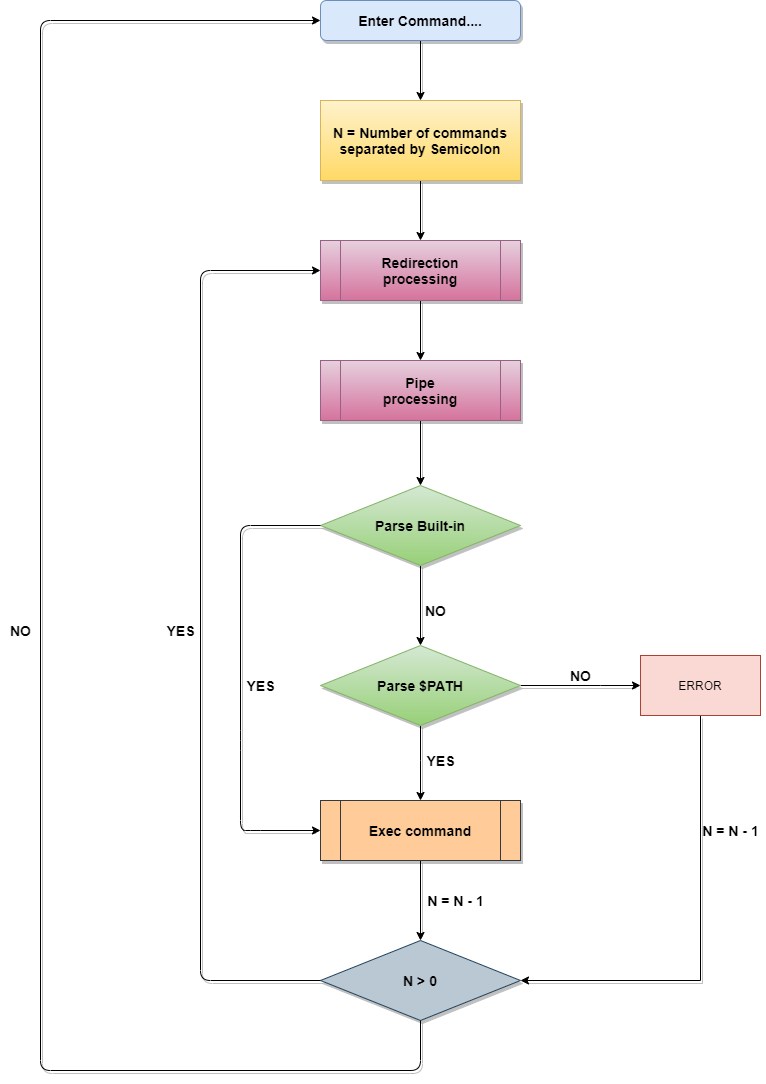
This is flowchart.png from simian114/minishell_with_termcap, a draw.io export, as it was before one commit. Source tidied: cells renumbered, new cells last; positions are measured from the earlier drawing's top-left corner, leaving out a move shared by most shapes.
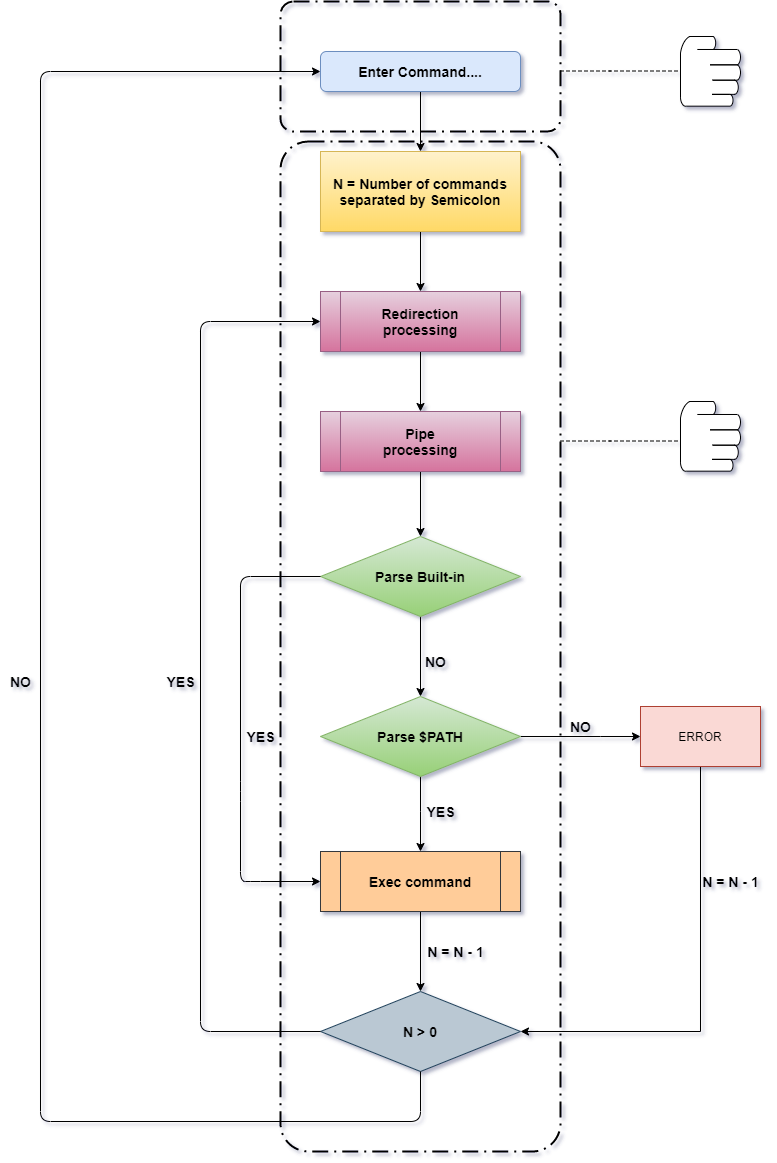
The same diagram one commit later.

The edit, as a diff of the source:
```diff
@@ -2,25 +2,25 @@
   <root>
     <mxCell id="0" />
     <mxCell id="1" parent="0" />
-    <mxCell id="2" style="edgeStyle=orthogonalEdgeStyle;rounded=0;jettySize=auto;html=1;entryX=0.5;entryY=0;entryDx=0;entryDy=0;shadow=1;" parent="1" edge="1" source="3" target="5">
+    <mxCell id="2" style="edgeStyle=orthogonalEdgeStyle;rounded=0;jettySize=auto;html=1;entryX=0.5;entryY=0;entryDx=0;entryDy=0;" parent="1" edge="1" source="3" target="5">
       <mxGeometry relative="1" as="geometry" />
     </mxCell>
-    <mxCell id="3" value="&lt;b&gt;&lt;font style=&quot;font-size: 14px&quot;&gt;Enter Command....&lt;/font&gt;&lt;/b&gt;" style="rounded=1;whiteSpace=wrap;html=1;fontSize=12;glass=0;strokeWidth=1;shadow=1;fillColor=#dae8fc;strokeColor=#6c8ebf;" parent="1" vertex="1">
+    <mxCell id="3" value="&lt;b&gt;&lt;font style=&quot;font-size: 14px&quot;&gt;Enter Command....&lt;/font&gt;&lt;/b&gt;" style="rounded=1;whiteSpace=wrap;html=1;fontSize=12;glass=0;strokeWidth=1;shadow=0;fillColor=#dae8fc;strokeColor=#6c8ebf;" parent="1" vertex="1">
       <mxGeometry x="320" width="200" height="40" as="geometry" />
     </mxCell>
-    <mxCell id="4" style="edgeStyle=orthogonalEdgeStyle;rounded=0;jettySize=auto;html=1;entryX=0.5;entryY=0;entryDx=0;entryDy=0;shadow=1;" parent="1" edge="1" source="5" target="17">
+    <mxCell id="4" style="edgeStyle=orthogonalEdgeStyle;rounded=0;jettySize=auto;html=1;entryX=0.5;entryY=0;entryDx=0;entryDy=0;" parent="1" edge="1" source="5" target="17">
       <mxGeometry relative="1" as="geometry" />
     </mxCell>
-    <mxCell id="5" value="&lt;b&gt;&lt;font style=&quot;font-size: 14px&quot;&gt;N = Number of commands separated by Semicolon&lt;/font&gt;&lt;/b&gt;" style="rounded=0;whiteSpace=wrap;html=1;fillColor=#fff2cc;strokeColor=#d6b656;gradientColor=#ffd966;shadow=1;" parent="1" vertex="1">
+    <mxCell id="5" value="&lt;b&gt;&lt;font style=&quot;font-size: 14px&quot;&gt;N = Number of commands separated by Semicolon&lt;/font&gt;&lt;/b&gt;" style="rounded=0;whiteSpace=wrap;html=1;fillColor=#fff2cc;strokeColor=#d6b656;gradientColor=#ffd966;" parent="1" vertex="1">
       <mxGeometry x="320" y="100" width="200" height="80" as="geometry" />
     </mxCell>
-    <mxCell id="6" style="edgeStyle=orthogonalEdgeStyle;rounded=0;jettySize=auto;html=1;exitX=0.5;exitY=1;exitDx=0;exitDy=0;entryX=0.5;entryY=0;entryDx=0;entryDy=0;shadow=1;" parent="1" edge="1" source="7" target="10">
+    <mxCell id="6" style="edgeStyle=orthogonalEdgeStyle;rounded=0;jettySize=auto;html=1;exitX=0.5;exitY=1;exitDx=0;exitDy=0;entryX=0.5;entryY=0;entryDx=0;entryDy=0;" parent="1" edge="1" source="7" target="10">
       <mxGeometry relative="1" as="geometry" />
     </mxCell>
-    <mxCell id="7" value="&lt;b&gt;&lt;font style=&quot;font-size: 14px&quot;&gt;Parse Built-in&lt;/font&gt;&lt;/b&gt;" style="rhombus;whiteSpace=wrap;html=1;fillColor=#d5e8d4;strokeColor=#82b366;gradientColor=#97d077;shadow=1;" parent="1" vertex="1">
+    <mxCell id="7" value="&lt;b&gt;&lt;font style=&quot;font-size: 14px&quot;&gt;Parse Built-in&lt;/font&gt;&lt;/b&gt;" style="rhombus;whiteSpace=wrap;html=1;fillColor=#d5e8d4;strokeColor=#82b366;gradientColor=#97d077;" parent="1" vertex="1">
       <mxGeometry x="320" y="485" width="200" height="80" as="geometry" />
     </mxCell>
-    <mxCell id="8" style="edgeStyle=orthogonalEdgeStyle;rounded=0;jettySize=auto;html=1;entryX=0;entryY=0.5;entryDx=0;entryDy=0;shadow=1;" parent="1" edge="1" source="10" target="12">
+    <mxCell id="8" style="edgeStyle=orthogonalEdgeStyle;rounded=0;jettySize=auto;html=1;entryX=0;entryY=0.5;entryDx=0;entryDy=0;" parent="1" edge="1" source="10" target="12">
       <mxGeometry relative="1" as="geometry">
         <Array as="points">
           <mxPoint x="600" y="685" />
@@ -28,7 +28,7 @@
         </Array>
       </mxGeometry>
     </mxCell>
-    <mxCell id="9" style="edgeStyle=orthogonalEdgeStyle;rounded=0;jettySize=auto;html=1;exitX=0.5;exitY=1;exitDx=0;exitDy=0;entryX=0.5;entryY=0;entryDx=0;entryDy=0;shadow=1;" parent="1" edge="1" source="10" target="19">
+    <mxCell id="9" style="edgeStyle=orthogonalEdgeStyle;rounded=0;jettySize=auto;html=1;exitX=0.5;exitY=1;exitDx=0;exitDy=0;entryX=0.5;entryY=0;entryDx=0;entryDy=0;" parent="1" edge="1" source="10" target="19">
       <mxGeometry relative="1" as="geometry">
         <Array as="points">
           <mxPoint x="420" y="760" />
@@ -36,10 +36,10 @@
         </Array>
       </mxGeometry>
     </mxCell>
-    <mxCell id="10" value="&lt;b&gt;&lt;font style=&quot;font-size: 14px&quot;&gt;Parse $PATH&lt;/font&gt;&lt;/b&gt;" style="rhombus;whiteSpace=wrap;html=1;fillColor=#d5e8d4;strokeColor=#82b366;gradientColor=#97d077;shadow=1;" parent="1" vertex="1">
+    <mxCell id="10" value="&lt;b&gt;&lt;font style=&quot;font-size: 14px&quot;&gt;Parse $PATH&lt;/font&gt;&lt;/b&gt;" style="rhombus;whiteSpace=wrap;html=1;fillColor=#d5e8d4;strokeColor=#82b366;gradientColor=#97d077;" parent="1" vertex="1">
       <mxGeometry x="320" y="645" width="200" height="80" as="geometry" />
     </mxCell>
-    <mxCell id="11" style="edgeStyle=orthogonalEdgeStyle;rounded=0;jettySize=auto;html=1;entryX=1;entryY=0.5;entryDx=0;entryDy=0;shadow=1;" parent="1" edge="1" source="12" target="24">
+    <mxCell id="11" style="edgeStyle=orthogonalEdgeStyle;rounded=0;jettySize=auto;html=1;entryX=1;entryY=0.5;entryDx=0;entryDy=0;" parent="1" edge="1" source="12" target="24">
       <mxGeometry relative="1" as="geometry">
         <Array as="points">
           <mxPoint x="700" y="980" />
@@ -49,28 +49,28 @@
     <mxCell id="12" value="ERROR" style="rounded=0;whiteSpace=wrap;html=1;fillColor=#fad9d5;strokeColor=#ae4132;" parent="1" vertex="1">
       <mxGeometry x="640" y="655" width="120" height="60" as="geometry" />
     </mxCell>
-    <mxCell id="13" value="&lt;b&gt;&lt;font style=&quot;font-size: 14px&quot;&gt;NO&lt;/font&gt;&lt;/b&gt;" style="text;html=1;align=center;verticalAlign=middle;shadow=1;" parent="1" vertex="1">
+    <mxCell id="13" value="&lt;b&gt;&lt;font style=&quot;font-size: 14px&quot;&gt;NO&lt;/font&gt;&lt;/b&gt;" style="text;html=1;align=center;verticalAlign=middle;" parent="1" vertex="1">
       <mxGeometry x="560" y="665" width="40" height="20" as="geometry" />
     </mxCell>
-    <mxCell id="14" style="edgeStyle=orthogonalEdgeStyle;rounded=0;jettySize=auto;html=1;entryX=0.5;entryY=0;entryDx=0;entryDy=0;shadow=1;" parent="1" edge="1" source="15" target="7">
+    <mxCell id="14" style="edgeStyle=orthogonalEdgeStyle;rounded=0;jettySize=auto;html=1;entryX=0.5;entryY=0;entryDx=0;entryDy=0;" parent="1" edge="1" source="15" target="7">
       <mxGeometry relative="1" as="geometry" />
     </mxCell>
-    <mxCell id="15" value="&lt;b style=&quot;font-size: 14px&quot;&gt;Pipe&lt;br&gt;processing&lt;/b&gt;" style="shape=process;whiteSpace=wrap;html=1;backgroundOutline=1;fillColor=#e6d0de;strokeColor=#996185;gradientColor=#d5739d;shadow=1;" parent="1" vertex="1">
+    <mxCell id="15" value="&lt;b style=&quot;font-size: 14px&quot;&gt;Pipe&lt;br&gt;processing&lt;/b&gt;" style="shape=process;whiteSpace=wrap;html=1;backgroundOutline=1;fillColor=#e6d0de;strokeColor=#996185;gradientColor=#d5739d;" parent="1" vertex="1">
       <mxGeometry x="320" y="360" width="200" height="60" as="geometry" />
     </mxCell>
-    <mxCell id="16" style="edgeStyle=orthogonalEdgeStyle;rounded=0;jettySize=auto;html=1;entryX=0.5;entryY=0;entryDx=0;entryDy=0;shadow=1;" parent="1" edge="1" source="17" target="15">
+    <mxCell id="16" style="edgeStyle=orthogonalEdgeStyle;rounded=0;jettySize=auto;html=1;entryX=0.5;entryY=0;entryDx=0;entryDy=0;" parent="1" edge="1" source="17" target="15">
       <mxGeometry relative="1" as="geometry" />
     </mxCell>
-    <mxCell id="17" value="&lt;b style=&quot;font-size: 14px&quot;&gt;Redirection&lt;br&gt;processing&lt;/b&gt;" style="shape=process;whiteSpace=wrap;html=1;backgroundOutline=1;fillColor=#e6d0de;strokeColor=#996185;gradientColor=#d5739d;shadow=1;" parent="1" vertex="1">
+    <mxCell id="17" value="&lt;b style=&quot;font-size: 14px&quot;&gt;Redirection&lt;br&gt;processing&lt;/b&gt;" style="shape=process;whiteSpace=wrap;html=1;backgroundOutline=1;fillColor=#e6d0de;strokeColor=#996185;gradientColor=#d5739d;" parent="1" vertex="1">
       <mxGeometry x="320" y="240" width="200" height="60" as="geometry" />
     </mxCell>
-    <mxCell id="18" style="edgeStyle=orthogonalEdgeStyle;rounded=0;jettySize=auto;html=1;entryX=0.5;entryY=0;entryDx=0;entryDy=0;shadow=1;" parent="1" edge="1" source="19" target="24">
+    <mxCell id="18" style="edgeStyle=orthogonalEdgeStyle;rounded=0;jettySize=auto;html=1;entryX=0.5;entryY=0;entryDx=0;entryDy=0;" parent="1" edge="1" source="19" target="24">
       <mxGeometry relative="1" as="geometry" />
     </mxCell>
-    <mxCell id="19" value="&lt;b&gt;&lt;font style=&quot;font-size: 14px&quot;&gt;Exec command&lt;/font&gt;&lt;/b&gt;" style="shape=process;whiteSpace=wrap;html=1;backgroundOutline=1;fillColor=#ffcc99;strokeColor=#36393d;shadow=1;" parent="1" vertex="1">
+    <mxCell id="19" value="&lt;b&gt;&lt;font style=&quot;font-size: 14px&quot;&gt;Exec command&lt;/font&gt;&lt;/b&gt;" style="shape=process;whiteSpace=wrap;html=1;backgroundOutline=1;fillColor=#ffcc99;strokeColor=#36393d;" parent="1" vertex="1">
       <mxGeometry x="320" y="800" width="200" height="60" as="geometry" />
     </mxCell>
-    <mxCell id="20" style="endArrow=classic;html=1;exitX=0;exitY=0.5;exitDx=0;exitDy=0;entryX=0;entryY=0.5;entryDx=0;entryDy=0;shadow=1;" parent="1" edge="1" source="7" target="19">
+    <mxCell id="20" style="endArrow=classic;html=1;exitX=0;exitY=0.5;exitDx=0;exitDy=0;entryX=0;entryY=0.5;entryDx=0;entryDy=0;" parent="1" edge="1" source="7" target="19">
       <mxGeometry relative="1" as="geometry">
         <Array as="points">
           <mxPoint x="240" y="525" />
@@ -80,19 +80,19 @@
         </Array>
       </mxGeometry>
     </mxCell>
-    <mxCell id="21" value="&lt;b&gt;&lt;font style=&quot;font-size: 14px&quot;&gt;YES&lt;/font&gt;&lt;/b&gt;" style="text;html=1;align=center;verticalAlign=middle;shadow=1;" parent="1" vertex="1">
+    <mxCell id="21" value="&lt;b&gt;&lt;font style=&quot;font-size: 14px&quot;&gt;YES&lt;/font&gt;&lt;/b&gt;" style="text;html=1;align=center;verticalAlign=middle;" parent="1" vertex="1">
       <mxGeometry x="420" y="750" width="40" height="20" as="geometry" />
     </mxCell>
-    <mxCell id="22" value="&lt;b&gt;&lt;font style=&quot;font-size: 14px&quot;&gt;YES&lt;/font&gt;&lt;/b&gt;" style="text;html=1;align=center;verticalAlign=middle;shadow=1;" parent="1" vertex="1">
+    <mxCell id="22" value="&lt;b&gt;&lt;font style=&quot;font-size: 14px&quot;&gt;YES&lt;/font&gt;&lt;/b&gt;" style="text;html=1;align=center;verticalAlign=middle;" parent="1" vertex="1">
       <mxGeometry x="240" y="675" width="40" height="20" as="geometry" />
     </mxCell>
-    <mxCell id="23" value="&lt;b&gt;&lt;font style=&quot;font-size: 14px&quot;&gt;NO&lt;/font&gt;&lt;/b&gt;" style="text;html=1;align=center;verticalAlign=middle;shadow=1;" parent="1" vertex="1">
+    <mxCell id="23" value="&lt;b&gt;&lt;font style=&quot;font-size: 14px&quot;&gt;NO&lt;/font&gt;&lt;/b&gt;" style="text;html=1;align=center;verticalAlign=middle;" parent="1" vertex="1">
       <mxGeometry x="415" y="600" width="40" height="20" as="geometry" />
     </mxCell>
-    <mxCell id="24" value="&lt;b&gt;&lt;font style=&quot;font-size: 14px&quot;&gt;N &amp;gt; 0&lt;/font&gt;&lt;/b&gt;" style="rhombus;whiteSpace=wrap;html=1;fillColor=#bac8d3;strokeColor=#23445d;shadow=1;" parent="1" vertex="1">
+    <mxCell id="24" value="&lt;b&gt;&lt;font style=&quot;font-size: 14px&quot;&gt;N &amp;gt; 0&lt;/font&gt;&lt;/b&gt;" style="rhombus;whiteSpace=wrap;html=1;fillColor=#bac8d3;strokeColor=#23445d;" parent="1" vertex="1">
       <mxGeometry x="320" y="940" width="200" height="80" as="geometry" />
     </mxCell>
-    <mxCell id="25" style="endArrow=classic;html=1;entryX=0;entryY=0.5;entryDx=0;entryDy=0;exitX=0;exitY=0.5;exitDx=0;exitDy=0;shadow=1;" parent="1" edge="1" source="24" target="17">
+    <mxCell id="25" style="endArrow=classic;html=1;entryX=0;entryY=0.5;entryDx=0;entryDy=0;exitX=0;exitY=0.5;exitDx=0;exitDy=0;" parent="1" edge="1" source="24" target="17">
       <mxGeometry relative="1" as="geometry">
         <Array as="points">
           <mxPoint x="200" y="980" />
@@ -100,10 +100,10 @@
         </Array>
       </mxGeometry>
     </mxCell>
-    <mxCell id="26" value="&lt;b&gt;&lt;font style=&quot;font-size: 14px&quot;&gt;YES&lt;/font&gt;&lt;/b&gt;" style="text;html=1;align=center;verticalAlign=middle;shadow=1;" parent="1" vertex="1">
+    <mxCell id="26" value="&lt;b&gt;&lt;font style=&quot;font-size: 14px&quot;&gt;YES&lt;/font&gt;&lt;/b&gt;" style="text;html=1;align=center;verticalAlign=middle;" parent="1" vertex="1">
       <mxGeometry x="160" y="620" width="40" height="20" as="geometry" />
     </mxCell>
-    <mxCell id="27" style="endArrow=classic;html=1;exitX=0.5;exitY=1;exitDx=0;exitDy=0;entryX=0;entryY=0.5;entryDx=0;entryDy=0;shadow=1;" parent="1" edge="1" source="24" target="3">
+    <mxCell id="27" style="endArrow=classic;html=1;exitX=0.5;exitY=1;exitDx=0;exitDy=0;entryX=0;entryY=0.5;entryDx=0;entryDy=0;" parent="1" edge="1" source="24" target="3">
       <mxGeometry relative="1" as="geometry">
         <Array as="points">
           <mxPoint x="420" y="1070" />
@@ -112,14 +112,44 @@
         </Array>
       </mxGeometry>
     </mxCell>
-    <mxCell id="28" value="&lt;b&gt;&lt;font style=&quot;font-size: 14px&quot;&gt;NO&lt;/font&gt;&lt;/b&gt;" style="text;html=1;align=center;verticalAlign=middle;shadow=1;" parent="1" vertex="1">
+    <mxCell id="28" value="&lt;b&gt;&lt;font style=&quot;font-size: 14px&quot;&gt;NO&lt;/font&gt;&lt;/b&gt;" style="text;html=1;align=center;verticalAlign=middle;" parent="1" vertex="1">
       <mxGeometry y="620" width="40" height="20" as="geometry" />
     </mxCell>
-    <mxCell id="29" value="&lt;b&gt;&lt;font style=&quot;font-size: 14px&quot;&gt;N = N - 1&lt;/font&gt;&lt;/b&gt;" style="text;html=1;align=center;verticalAlign=middle;shadow=1;" parent="1" vertex="1">
+    <mxCell id="29" value="&lt;b&gt;&lt;font style=&quot;font-size: 14px&quot;&gt;N = N - 1&lt;/font&gt;&lt;/b&gt;" style="text;html=1;align=center;verticalAlign=middle;" parent="1" vertex="1">
       <mxGeometry x="420" y="890" width="70" height="20" as="geometry" />
     </mxCell>
     <mxCell id="30" value="&lt;b&gt;&lt;font style=&quot;font-size: 14px&quot;&gt;N = N - 1&lt;/font&gt;&lt;/b&gt;" style="text;html=1;align=center;verticalAlign=middle;" parent="1" vertex="1">
       <mxGeometry x="695" y="820" width="70" height="20" as="geometry" />
     </mxCell>
+    <mxCell id="31" style="endArrow=none;dashed=1;html=1;" parent="1" edge="1">
+      <mxGeometry relative="1" as="geometry">
+        <mxPoint x="560" y="19.5" as="sourcePoint" />
+        <mxPoint x="680" y="19.5" as="targetPoint" />
+        <Array as="points">
+          <mxPoint x="600" y="19.5" />
+        </Array>
+      </mxGeometry>
+    </mxCell>
+    <mxCell id="32" style="shape=mxgraph.bpmn.manual_task;html=1;" parent="1" vertex="1">
+      <mxGeometry x="680" y="-15" width="60" height="70" as="geometry" />
+    </mxCell>
+    <mxCell id="33" style="rounded=1;arcSize=10;dashed=1;strokeColor=#000000;fillColor=none;gradientColor=none;dashPattern=8 3 1 3;strokeWidth=2;" parent="1" vertex="1">
+      <mxGeometry x="280" y="-50" width="280" height="130" as="geometry" />
+    </mxCell>
+    <mxCell id="34" style="rounded=1;arcSize=10;dashed=1;strokeColor=#000000;fillColor=none;gradientColor=none;dashPattern=8 3 1 3;strokeWidth=2;" parent="1" vertex="1">
+      <mxGeometry x="280" y="90" width="280" height="1010" as="geometry" />
+    </mxCell>
+    <mxCell id="35" style="shape=mxgraph.bpmn.manual_task;html=1;" parent="1" vertex="1">
+      <mxGeometry x="680" y="350" width="60" height="70" as="geometry" />
+    </mxCell>
+    <mxCell id="36" style="endArrow=none;dashed=1;html=1;" parent="1" edge="1">
+      <mxGeometry relative="1" as="geometry">
+        <mxPoint x="560" y="389.5" as="sourcePoint" />
+        <mxPoint x="680" y="389.5" as="targetPoint" />
+        <Array as="points">
+          <mxPoint x="600" y="389.5" />
+        </Array>
+      </mxGeometry>
+    </mxCell>
   </root>
 </mxGraphModel>
```
